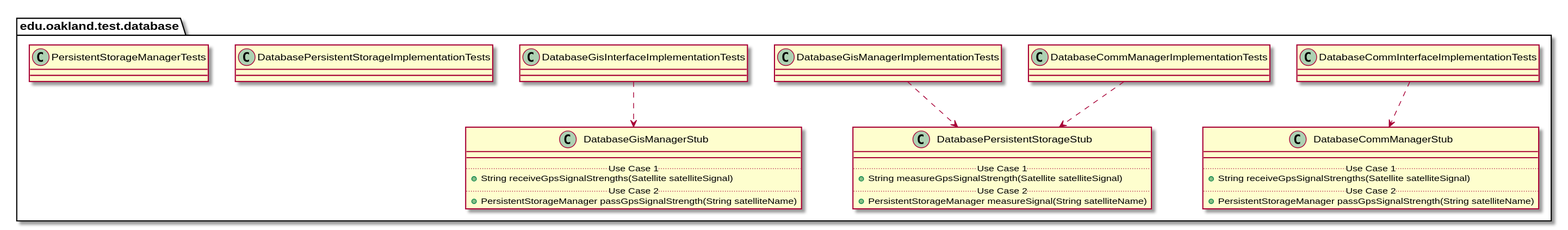
This is docs/uml-class-diagrams/database/test/DatabaseTestPackage_InternalDependencies.svg from andrewdimmer/csi-3370-software-project, a PlantUML export, as it was before one commit.
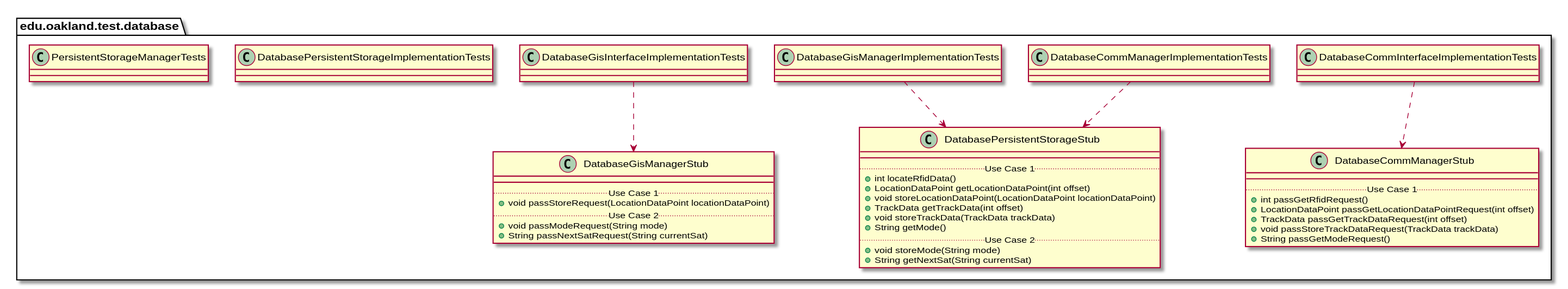
The same file after the commit.

What changed in the source:
```diff
@@ -17,9 +17,11 @@
     class DatabaseCommManagerStub {
         __
         .. Use Case 1 ..
-        + String receiveGpsSignalStrengths(Satellite satelliteSignal)
-        .. Use Case 2 ..
-        + PersistentStorageManager passGpsSignalStrength(String satelliteName)
+        + int passGetRfidRequest()
+        + LocationDataPoint passGetLocationDataPointRequest(int offset)
+        + TrackData passGetTrackDataRequest(int offset)
+        + void passStoreTrackDataRequest(TrackData trackData)
+        + String passGetModeRequest()
     }
 }
 
@@ -37,9 +39,15 @@
     class DatabasePersistentStorageStub {
         __
         .. Use Case 1 ..
-        + String measureGpsSignalStrength(Satellite satelliteSignal)
+        + int locateRfidData()
+        + LocationDataPoint getLocationDataPoint(int offset)
+        + void storeLocationDataPoint(LocationDataPoint locationDataPoint)
+        + TrackData getTrackData(int offset)
+        + void storeTrackData(TrackData trackData)
+        + String getMode()
         .. Use Case 2 ..
-        + PersistentStorageManager measureSignal(String satelliteName)
+        + void storeMode(String mode)
+        + String getNextSat(String currentSat)
     }
 }
 
@@ -57,9 +65,10 @@
     class DatabaseGisManagerStub {
         __
         .. Use Case 1 ..
-        + String receiveGpsSignalStrengths(Satellite satelliteSignal)
+        + void passStoreRequest(LocationDataPoint locationDataPoint)
         .. Use Case 2 ..
-        + PersistentStorageManager passGpsSignalStrength(String satelliteName)
+        + void passModeRequest(String mode)
+        + String passNextSatRequest(String currentSat)
     }
 }
 
```
